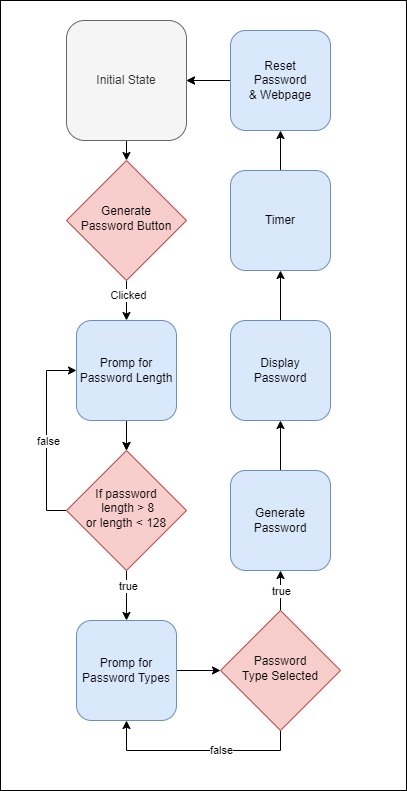
The draw.io diagram Password-Generator_v2.png in naturuplift/RandomPasswordGenerator, before a commit. Source tidied: cells renumbered, new cells last; positions are measured from the earlier drawing's top-left corner, leaving out a move shared by most shapes. Its diagram source:
```xml
<mxGraphModel>
  <root>
    <mxCell id="0" />
    <mxCell id="1" parent="0" />
    <mxCell id="2" style="rounded=0;whiteSpace=wrap;html=1;" parent="1" vertex="1">
      <mxGeometry width="406" height="790" as="geometry" />
    </mxCell>
    <mxCell id="3" style="edgeStyle=orthogonalEdgeStyle;rounded=0;jettySize=auto;html=1;exitX=0.5;exitY=1;exitDx=0;exitDy=0;entryX=0.5;entryY=0;entryDx=0;entryDy=0;" parent="1" edge="1" source="4" target="7">
      <mxGeometry relative="1" as="geometry" />
    </mxCell>
    <mxCell id="4" value="Initial State" style="rounded=1;whiteSpace=wrap;html=1;fontSize=12;glass=0;strokeWidth=1;shadow=0;fillColor=#f5f5f5;fontColor=#333333;strokeColor=#666666;" parent="1" vertex="1">
      <mxGeometry x="66" y="20" width="120" height="120" as="geometry" />
    </mxCell>
    <mxCell id="5" style="edgeStyle=orthogonalEdgeStyle;rounded=0;jettySize=auto;html=1;exitX=0.5;exitY=1;exitDx=0;exitDy=0;" parent="1" edge="1" source="7">
      <mxGeometry relative="1" as="geometry">
        <mxPoint x="126" y="320" as="targetPoint" />
      </mxGeometry>
    </mxCell>
    <mxCell id="6" value="Clicked" style="edgeLabel;html=1;align=center;verticalAlign=middle;" parent="5" vertex="1">
      <mxGeometry x="-0.31" y="1" relative="1" as="geometry" />
    </mxCell>
    <mxCell id="7" value="Generate&lt;br&gt;Password Button" style="rhombus;whiteSpace=wrap;html=1;shadow=0;fontFamily=Helvetica;fontSize=12;align=center;strokeWidth=1;spacing=6;spacingTop=-4;fillColor=#f8cecc;strokeColor=#b85450;" parent="1" vertex="1">
      <mxGeometry x="66" y="160" width="120" height="120" as="geometry" />
    </mxCell>
    <mxCell id="8" style="edgeStyle=orthogonalEdgeStyle;rounded=0;jettySize=auto;html=1;exitX=0.5;exitY=1;exitDx=0;exitDy=0;entryX=0.5;entryY=0;entryDx=0;entryDy=0;" parent="1" edge="1" target="21">
      <mxGeometry relative="1" as="geometry">
        <mxPoint x="126" y="440" as="sourcePoint" />
      </mxGeometry>
    </mxCell>
    <mxCell id="9" style="edgeStyle=orthogonalEdgeStyle;rounded=0;jettySize=auto;html=1;exitX=0.5;exitY=0;exitDx=0;exitDy=0;entryX=0.5;entryY=1;entryDx=0;entryDy=0;" parent="1" edge="1" source="13">
      <mxGeometry relative="1" as="geometry">
        <mxPoint x="280" y="570" as="targetPoint" />
      </mxGeometry>
    </mxCell>
    <mxCell id="10" value="true" style="edgeLabel;html=1;align=center;verticalAlign=middle;" parent="9" vertex="1">
      <mxGeometry x="-0.15" y="-1" relative="1" as="geometry">
        <mxPoint x="-1" y="-3" as="offset" />
      </mxGeometry>
    </mxCell>
    <mxCell id="11" style="edgeStyle=orthogonalEdgeStyle;rounded=0;jettySize=auto;html=1;exitX=0.5;exitY=1;exitDx=0;exitDy=0;entryX=0.5;entryY=1;entryDx=0;entryDy=0;" parent="1" edge="1" source="13" target="24">
      <mxGeometry relative="1" as="geometry" />
    </mxCell>
    <mxCell id="12" value="false" style="edgeLabel;html=1;align=center;verticalAlign=middle;" parent="11" vertex="1">
      <mxGeometry x="-0.22" y="-1" relative="1" as="geometry" />
    </mxCell>
    <mxCell id="13" value="Password&lt;br&gt;Type Selected" style="rhombus;whiteSpace=wrap;html=1;shadow=0;fontFamily=Helvetica;fontSize=12;align=center;strokeWidth=1;spacing=6;spacingTop=-4;fillColor=#f8cecc;strokeColor=#b85450;" parent="1" vertex="1">
      <mxGeometry x="220" y="610" width="120" height="120" as="geometry" />
    </mxCell>
    <mxCell id="14" style="edgeStyle=orthogonalEdgeStyle;rounded=0;jettySize=auto;html=1;exitX=1;exitY=0.5;exitDx=0;exitDy=0;entryX=0;entryY=0.5;entryDx=0;entryDy=0;" parent="1" edge="1" source="24" target="13">
      <mxGeometry relative="1" as="geometry" />
    </mxCell>
    <mxCell id="15" style="edgeStyle=orthogonalEdgeStyle;rounded=0;jettySize=auto;html=1;entryX=1;entryY=0.5;entryDx=0;entryDy=0;exitX=0;exitY=0.5;exitDx=0;exitDy=0;" parent="1" edge="1" target="4">
      <mxGeometry relative="1" as="geometry">
        <mxPoint x="220" y="80" as="sourcePoint" />
      </mxGeometry>
    </mxCell>
    <mxCell id="16" style="edgeStyle=orthogonalEdgeStyle;rounded=0;jettySize=auto;html=1;exitX=0;exitY=0.5;exitDx=0;exitDy=0;entryX=0;entryY=0.5;entryDx=0;entryDy=0;" parent="1" edge="1" source="21" target="23">
      <mxGeometry relative="1" as="geometry" />
    </mxCell>
    <mxCell id="17" value="true" style="edgeLabel;html=1;align=center;verticalAlign=middle;" parent="16" vertex="1">
      <mxGeometry x="-0.06" relative="1" as="geometry" />
    </mxCell>
    <mxCell id="18" value="false" style="edgeLabel;html=1;align=center;verticalAlign=middle;" parent="16" vertex="1">
      <mxGeometry x="-0.06" y="-1" relative="1" as="geometry" />
    </mxCell>
    <mxCell id="19" style="edgeStyle=orthogonalEdgeStyle;rounded=0;jettySize=auto;html=1;exitX=0.5;exitY=1;exitDx=0;exitDy=0;entryX=0.5;entryY=0;entryDx=0;entryDy=0;" parent="1" edge="1" source="21" target="24">
      <mxGeometry relative="1" as="geometry" />
    </mxCell>
    <mxCell id="20" value="true" style="edgeLabel;html=1;align=center;verticalAlign=middle;" parent="19" vertex="1">
      <mxGeometry x="-0.4" y="1" relative="1" as="geometry" />
    </mxCell>
    <mxCell id="21" value="If password&lt;br&gt;&amp;nbsp;length &amp;gt; 8&lt;br&gt;or length &amp;lt; 128" style="rhombus;whiteSpace=wrap;html=1;shadow=0;fontFamily=Helvetica;fontSize=12;align=center;strokeWidth=1;spacing=6;spacingTop=-4;fillColor=#f8cecc;strokeColor=#b85450;" parent="1" vertex="1">
      <mxGeometry x="66" y="450" width="120" height="120" as="geometry" />
    </mxCell>
    <mxCell id="22" style="edgeStyle=orthogonalEdgeStyle;rounded=0;jettySize=auto;html=1;exitX=0.5;exitY=1;exitDx=0;exitDy=0;" parent="1" edge="1" source="23">
      <mxGeometry relative="1" as="geometry">
        <mxPoint x="126" y="450" as="targetPoint" />
      </mxGeometry>
    </mxCell>
    <mxCell id="23" value="Promp for&lt;br style=&quot;border-color: var(--border-color); color: rgb(0, 0, 0);&quot;&gt;&lt;span style=&quot;color: rgb(0, 0, 0);&quot;&gt;Password Length&lt;/span&gt;" style="rounded=1;whiteSpace=wrap;html=1;fontSize=12;glass=0;strokeWidth=1;shadow=0;fillColor=#dae8fc;strokeColor=#6c8ebf;" parent="1" vertex="1">
      <mxGeometry x="76" y="320" width="100" height="100" as="geometry" />
    </mxCell>
    <mxCell id="24" value="Promp for&lt;br style=&quot;border-color: var(--border-color); color: rgb(0, 0, 0);&quot;&gt;&lt;span style=&quot;color: rgb(0, 0, 0);&quot;&gt;Password Types&lt;/span&gt;" style="rounded=1;whiteSpace=wrap;html=1;fontSize=12;glass=0;strokeWidth=1;shadow=0;fillColor=#dae8fc;strokeColor=#6c8ebf;" parent="1" vertex="1">
      <mxGeometry x="76" y="620" width="100" height="100" as="geometry" />
    </mxCell>
    <mxCell id="25" style="edgeStyle=orthogonalEdgeStyle;rounded=0;jettySize=auto;html=1;exitX=0.5;exitY=0;exitDx=0;exitDy=0;entryX=0.5;entryY=1;entryDx=0;entryDy=0;" parent="1" edge="1" source="26" target="28">
      <mxGeometry relative="1" as="geometry" />
    </mxCell>
    <mxCell id="26" value="Generate&lt;br&gt;Password" style="rounded=1;whiteSpace=wrap;html=1;fontSize=12;glass=0;strokeWidth=1;shadow=0;fillColor=#dae8fc;strokeColor=#6c8ebf;" parent="1" vertex="1">
      <mxGeometry x="230" y="470" width="100" height="100" as="geometry" />
    </mxCell>
    <mxCell id="27" style="edgeStyle=orthogonalEdgeStyle;rounded=0;jettySize=auto;html=1;exitX=0.5;exitY=0;exitDx=0;exitDy=0;entryX=0.5;entryY=1;entryDx=0;entryDy=0;" parent="1" edge="1" source="28" target="32">
      <mxGeometry relative="1" as="geometry" />
    </mxCell>
    <mxCell id="28" value="Display&lt;br&gt;Password" style="rounded=1;whiteSpace=wrap;html=1;fontSize=12;glass=0;strokeWidth=1;shadow=0;fillColor=#dae8fc;strokeColor=#6c8ebf;" parent="1" vertex="1">
      <mxGeometry x="230" y="320" width="100" height="100" as="geometry" />
    </mxCell>
    <mxCell id="29" style="edgeStyle=orthogonalEdgeStyle;rounded=0;jettySize=auto;html=1;" parent="1" edge="1" source="30" target="4">
      <mxGeometry relative="1" as="geometry" />
    </mxCell>
    <mxCell id="30" value="Reset&lt;br&gt;Password&lt;br&gt;&amp;amp; Webpage" style="rounded=1;whiteSpace=wrap;html=1;fontSize=12;glass=0;strokeWidth=1;shadow=0;fillColor=#dae8fc;strokeColor=#6c8ebf;" parent="1" vertex="1">
      <mxGeometry x="230" y="30" width="100" height="100" as="geometry" />
    </mxCell>
    <mxCell id="31" style="edgeStyle=orthogonalEdgeStyle;rounded=0;jettySize=auto;html=1;exitX=0.5;exitY=0;exitDx=0;exitDy=0;entryX=0.5;entryY=1;entryDx=0;entryDy=0;" parent="1" edge="1" source="32" target="30">
      <mxGeometry relative="1" as="geometry" />
    </mxCell>
    <mxCell id="32" value="Timer" style="rounded=1;whiteSpace=wrap;html=1;fontSize=12;glass=0;strokeWidth=1;shadow=0;fillColor=#dae8fc;strokeColor=#6c8ebf;" parent="1" vertex="1">
      <mxGeometry x="230" y="170" width="100" height="100" as="geometry" />
    </mxCell>
  </root>
</mxGraphModel>
```
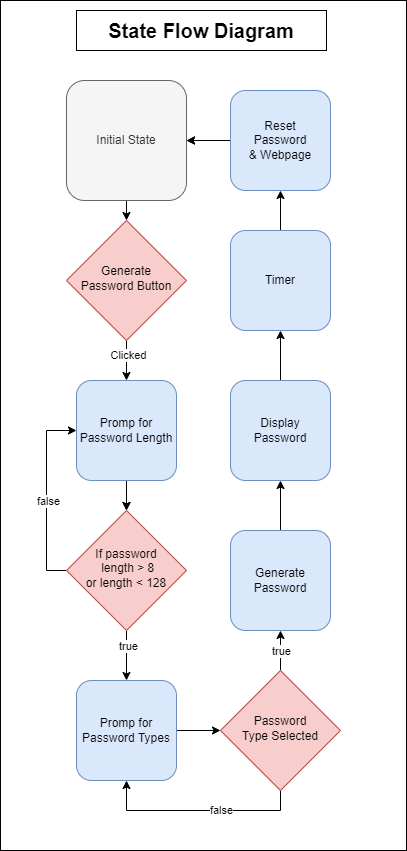
The same file after the commit.

Commit message:
edited state flow diagram

Change to the diagram source:
```diff
@@ -3,7 +3,7 @@
     <mxCell id="0" />
     <mxCell id="1" parent="0" />
     <mxCell id="2" style="rounded=0;whiteSpace=wrap;html=1;" parent="1" vertex="1">
-      <mxGeometry width="406" height="790" as="geometry" />
+      <mxGeometry y="-60" width="406" height="850" as="geometry" />
     </mxCell>
     <mxCell id="3" style="edgeStyle=orthogonalEdgeStyle;rounded=0;jettySize=auto;html=1;exitX=0.5;exitY=1;exitDx=0;exitDy=0;entryX=0.5;entryY=0;entryDx=0;entryDy=0;" parent="1" edge="1" source="4" target="7">
       <mxGeometry relative="1" as="geometry" />
@@ -107,5 +107,8 @@
     <mxCell id="32" value="Timer" style="rounded=1;whiteSpace=wrap;html=1;fontSize=12;glass=0;strokeWidth=1;shadow=0;fillColor=#dae8fc;strokeColor=#6c8ebf;" parent="1" vertex="1">
       <mxGeometry x="230" y="170" width="100" height="100" as="geometry" />
     </mxCell>
+    <mxCell id="33" value="&lt;b&gt;&lt;font style=&quot;font-size: 20px;&quot;&gt;State Flow Diagram&lt;/font&gt;&lt;/b&gt;" style="rounded=0;whiteSpace=wrap;html=1;" parent="1" vertex="1">
+      <mxGeometry x="76" y="-50" width="250" height="40" as="geometry" />
+    </mxCell>
   </root>
 </mxGraphModel>
```
